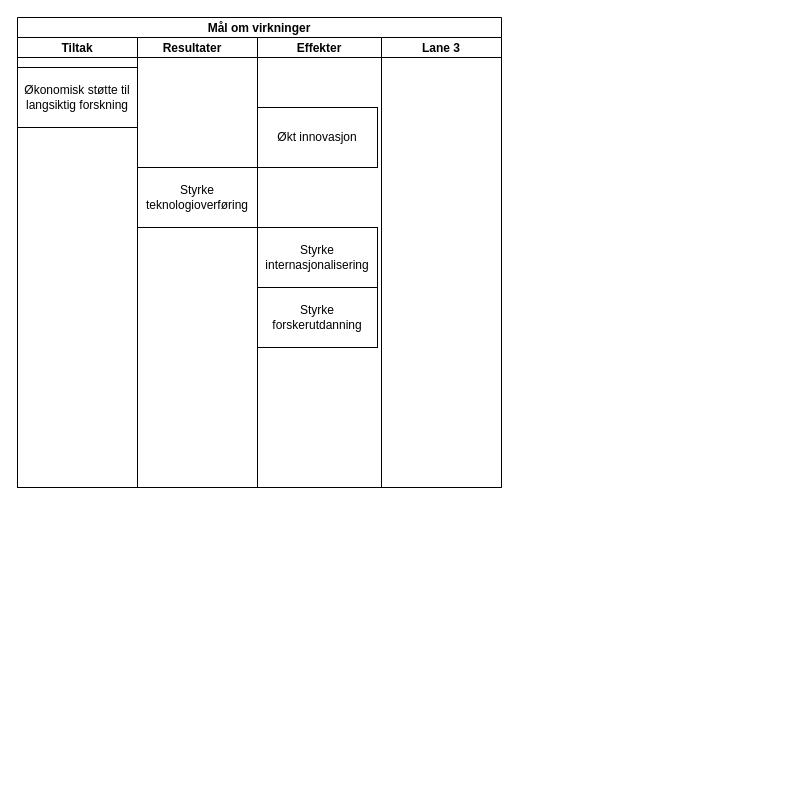
Earlier version of the draw.io diagram SFI_effektdiagram.drawio (gardenberg/drawio_tegninger). Source tidied: cells renumbered, new cells numbered last; positions are measured from the earlier drawing's top-left corner, leaving out a move shared by most shapes. Both pictures are drawn from the tidied source at 100%, with x=0, y=0 at pixel (17, 17).
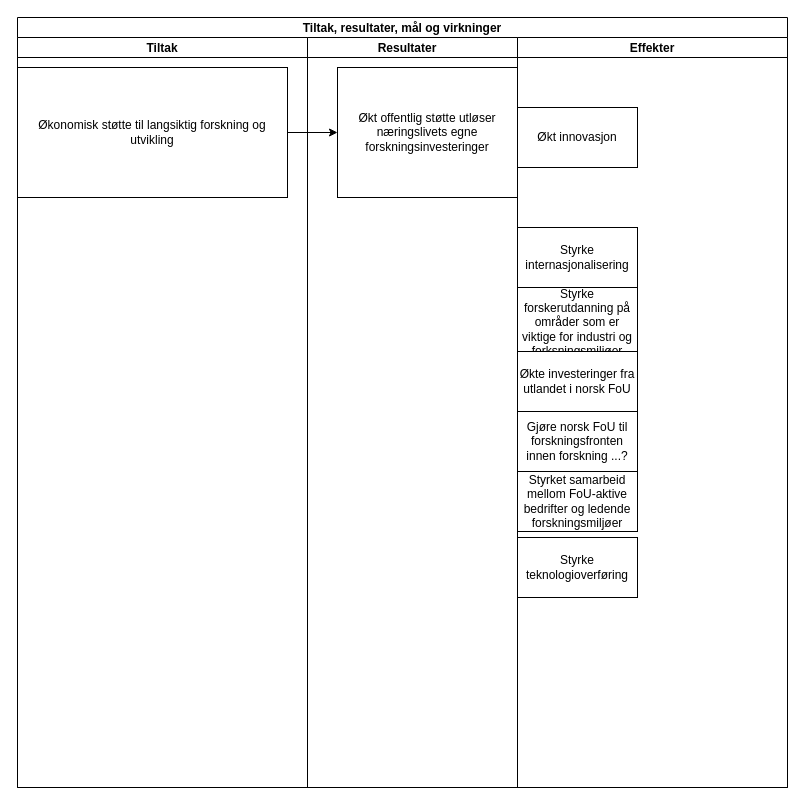
Above is the later version.

The edit, as a diff of the source:
```diff
@@
 <mxGraphModel>
   <root>
     <mxCell id="0" />
     <mxCell id="1" parent="0" />
-    <mxCell id="2" value="Mål om virkninger" style="swimlane;startSize=20;" parent="1" vertex="1">
-      <mxGeometry width="484" height="470" as="geometry" />
+    <mxCell id="2" value="Tiltak, resultater, mål og virkninger" style="swimlane;startSize=20;" parent="1" vertex="1">
+      <mxGeometry width="770" height="770" as="geometry" />
     </mxCell>
     <mxCell id="3" value="Tiltak" style="swimlane;startSize=20;" parent="2" vertex="1">
-      <mxGeometry y="20" width="120" height="450" as="geometry" />
+      <mxGeometry y="20" width="290" height="750" as="geometry" />
     </mxCell>
-    <mxCell id="4" value="Økonomisk støtte til langsiktig forskning" style="whiteSpace=wrap;html=1;" parent="3" vertex="1">
-      <mxGeometry y="30" width="120" height="60" as="geometry" />
+    <mxCell id="4" value="Økonomisk støtte til langsiktig forskning og utvikling" style="whiteSpace=wrap;html=1;" parent="3" vertex="1">
+      <mxGeometry y="30" width="270" height="130" as="geometry" />
     </mxCell>
     <mxCell id="5" value="Resultater   " style="swimlane;startSize=20;" parent="2" vertex="1">
-      <mxGeometry x="120" y="20" width="120" height="450" as="geometry" />
+      <mxGeometry x="290" y="20" width="210" height="750" as="geometry" />
     </mxCell>
+    <mxCell id="12" value="Økt offentlig støtte utløser næringslivets egne forskningsinvesteringer" style="whiteSpace=wrap;html=1;" parent="5" vertex="1">
+      <mxGeometry x="30" y="30" width="180" height="130" as="geometry" />
+    </mxCell>
     <mxCell id="6" value="Effekter" style="swimlane;startSize=20;" parent="2" vertex="1">
-      <mxGeometry x="240" y="20" width="124" height="450" as="geometry" />
+      <mxGeometry x="500" y="20" width="270" height="750" as="geometry" />
     </mxCell>
     <mxCell id="7" value="Styrke internasjonalisering" style="whiteSpace=wrap;html=1;" parent="6" vertex="1">
       <mxGeometry y="190" width="120" height="60" as="geometry" />
     </mxCell>
-    <mxCell id="8" value="Styrke forskerutdanning" style="whiteSpace=wrap;html=1;" parent="6" vertex="1">
-      <mxGeometry y="250" width="120" height="60" as="geometry" />
+    <mxCell id="8" value="Styrke forskerutdanning på områder som er viktige for industri og forksningsmiljøer" style="whiteSpace=wrap;html=1;" parent="6" vertex="1">
+      <mxGeometry y="250" width="120" height="70" as="geometry" />
     </mxCell>
     <mxCell id="9" value="Økt innovasjon" style="whiteSpace=wrap;html=1;" parent="6" vertex="1">
       <mxGeometry y="70" width="120" height="60" as="geometry" />
     </mxCell>
-    <mxCell id="10" value="Lane 3" style="swimlane;startSize=20;" parent="2" vertex="1">
-      <mxGeometry x="364" y="20" width="120" height="450" as="geometry" />
-    </mxCell>
+    <mxCell id="13" value="Økte investeringer fra utlandet i norsk FoU" style="whiteSpace=wrap;html=1;" parent="6" vertex="1">
+      <mxGeometry y="314" width="120" height="60" as="geometry" />
+    </mxCell>
+    <mxCell id="14" value="Gjøre norsk FoU til forskningsfronten innen forskning ...?" style="whiteSpace=wrap;html=1;" parent="6" vertex="1">
+      <mxGeometry y="374" width="120" height="60" as="geometry" />
+    </mxCell>
+    <mxCell id="15" value="Styrket samarbeid mellom FoU-aktive bedrifter og ledende forskningsmiljøer" style="whiteSpace=wrap;html=1;" parent="6" vertex="1">
+      <mxGeometry y="434" width="120" height="60" as="geometry" />
+    </mxCell>
-    <mxCell id="11" value="Styrke teknologioverføring" style="whiteSpace=wrap;html=1;" parent="1" vertex="1">
-      <mxGeometry x="120" y="150" width="120" height="60" as="geometry" />
+    <mxCell id="11" value="Styrke teknologioverføring" style="whiteSpace=wrap;html=1;" parent="6" vertex="1">
+      <mxGeometry y="500" width="120" height="60" as="geometry" />
     </mxCell>
+    <mxCell id="16" style="edgeStyle=orthogonalEdgeStyle;rounded=0;jettySize=auto;html=1;" parent="2" edge="1" source="4" target="12">
+      <mxGeometry relative="1" as="geometry" />
+    </mxCell>
   </root>
 </mxGraphModel>
```
